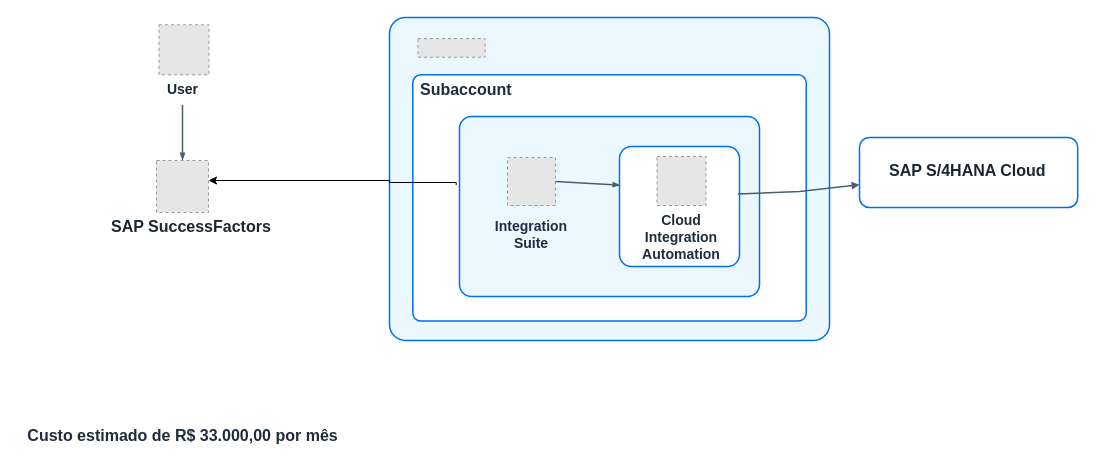
Earlier version of the draw.io diagram page "L0 - Case 1" (1 of 5) of assets/editable-diagram-examples/SAP_Task_Center_L0.drawio (caiocesarpaolillo/btp-solution-diagrams). Source tidied: cells renumbered, new cells numbered last; positions are measured from the earlier drawing's top-left corner, leaving out a move shared by most shapes. Both pictures are drawn from the tidied source at 100%, with x=0, y=0 at pixel (17, 17). Pictures stored in the file or linked from it are replaced by grey dashed boxes.
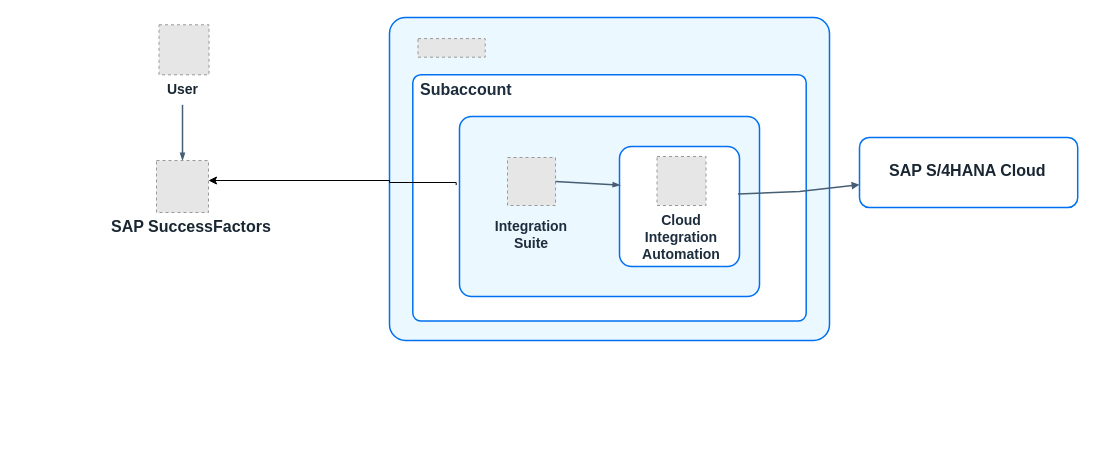
The same diagram, later.

The edit, as a diff of the source:
```diff
@@
-    <mxCell id="25" value="&lt;font face=&quot;arial&quot; style=&quot;font-size: 16px;&quot;&gt;&lt;b style=&quot;font-size: 16px;&quot;&gt;Custo estimado de R$ 33.000,00 por mês&lt;/b&gt;&lt;/font&gt;" style="text;html=1;align=center;verticalAlign=middle;strokeColor=none;fillColor=none;fontSize=12;fontColor=#1D2D3E;fontFamily=Helvetica;" parent="1" vertex="1">
-      <mxGeometry y="403" width="330" height="30" as="geometry" />
-    </mxCell>
```
